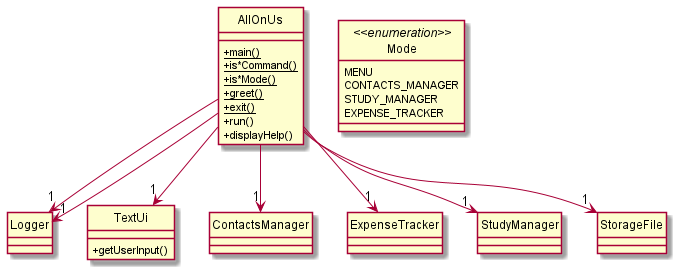
Before: docs/images/MenuFeaturesClassDiagram.png, a diagram exported from PlantUML (nus-cs2113-AY2122S2/tp).
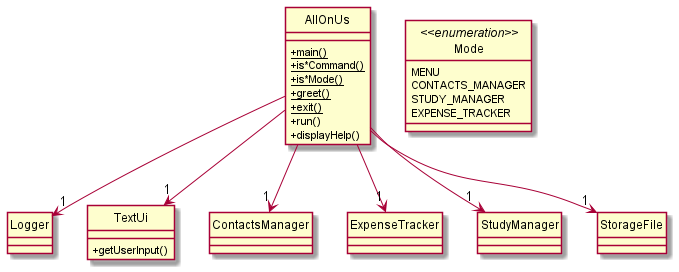
After the change.

Change to the diagram source:
```diff
@@ -33,7 +33,7 @@
     EXPENSE_TRACKER
 }
 
-AllOnUs --> "1" Logger
+
 AllOnUs --> "1" Logger
 AllOnUs --> "1" StudyManager
 AllOnUs --> "1" ContactsManager
```
